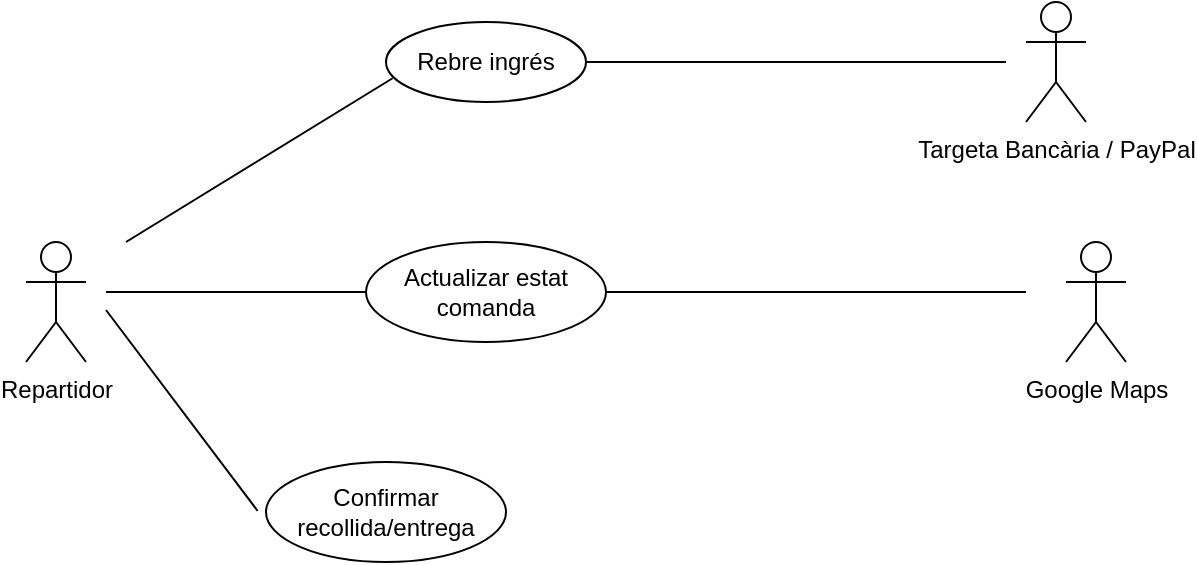
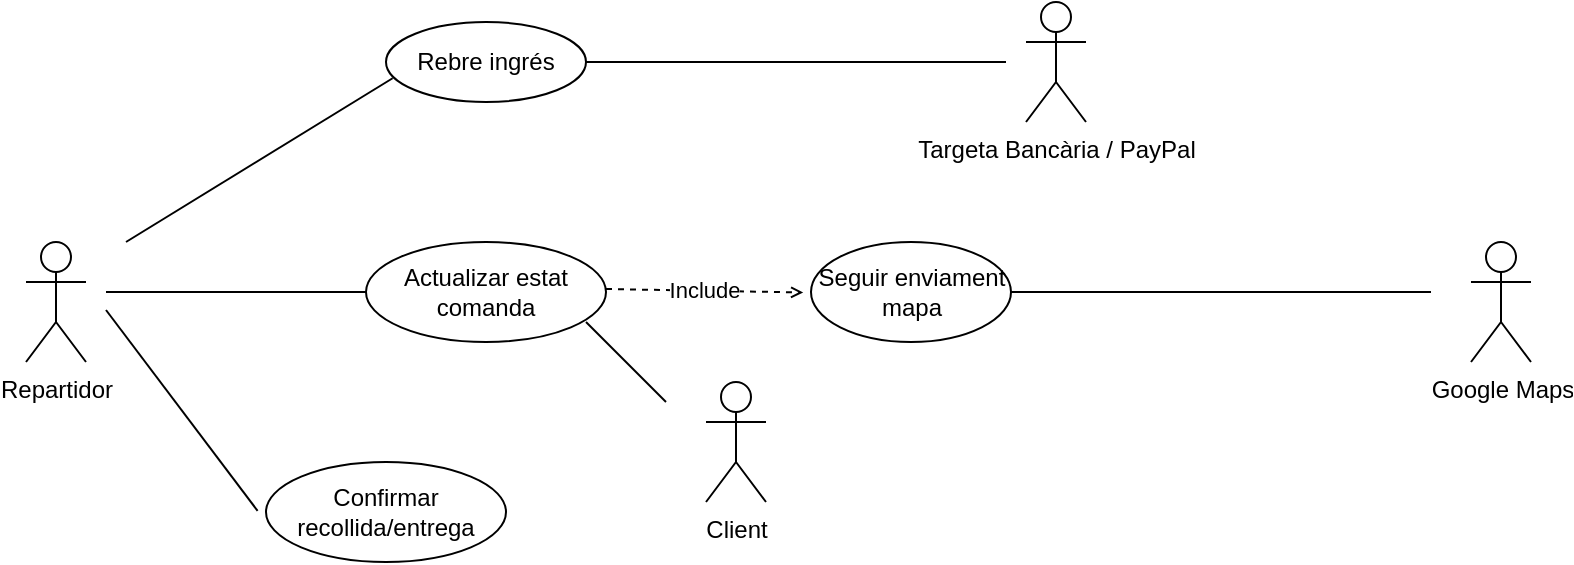
<mxfile host="Electron">
  <diagram name="Página-1" id="SKAVqDA2A0YFrpq3-BBz">
-     <mxGraphModel dx="1051" dy="686" grid="1" gridSize="10" guides="1" tooltips="1" connect="1" arrows="1" fold="1" page="1" pageScale="1" pageWidth="827" pageHeight="1169" math="0" shadow="0">
+     <mxGraphModel dx="1824" dy="1185" grid="1" gridSize="10" guides="1" tooltips="1" connect="1" arrows="1" fold="1" page="1" pageScale="1" pageWidth="827" pageHeight="1169" math="0" shadow="0">
      <root>
        <mxCell id="0" />
        <mxCell id="1" parent="0" />
        <mxCell id="l__ghT0vl625HQw07Bo--1" parent="1" style="shape=umlActor;verticalLabelPosition=bottom;verticalAlign=top;html=1;" value="Repartidor" vertex="1">
          <mxGeometry height="60" width="30" x="60" y="470" as="geometry" />
        </mxCell>
        <mxCell id="l__ghT0vl625HQw07Bo--4" parent="1" style="ellipse;whiteSpace=wrap;html=1;" value="Confirmar recollida/entrega" vertex="1">
          <mxGeometry height="50" width="120" x="180" y="580" as="geometry" />
        </mxCell>
        <mxCell id="l__ghT0vl625HQw07Bo--5" edge="1" parent="1" style="endArrow=none;html=1;rounded=0;entryX=-0.035;entryY=0.489;entryDx=0;entryDy=0;entryPerimeter=0;" target="l__ghT0vl625HQw07Bo--4" value="">
          <mxGeometry height="50" relative="1" width="50" as="geometry">
            <mxPoint x="100" y="504" as="sourcePoint" />
            <mxPoint x="170" y="460" as="targetPoint" />
          </mxGeometry>
        </mxCell>
        <mxCell id="wm30TisPGvrlL5gRgQor-1" edge="1" parent="1" style="endArrow=none;html=1;rounded=0;entryX=0.033;entryY=0.703;entryDx=0;entryDy=0;entryPerimeter=0;" target="wm30TisPGvrlL5gRgQor-2" value="">
          <mxGeometry height="50" relative="1" width="50" as="geometry">
            <mxPoint x="110" y="470" as="sourcePoint" />
            <mxPoint x="160" y="420" as="targetPoint" />
          </mxGeometry>
        </mxCell>
        <mxCell id="wm30TisPGvrlL5gRgQor-2" parent="1" style="ellipse;whiteSpace=wrap;html=1;" value="Rebre ingrés" vertex="1">
          <mxGeometry height="40" width="100" x="240" y="360" as="geometry" />
        </mxCell>
        <mxCell id="wm30TisPGvrlL5gRgQor-3" parent="1" style="shape=umlActor;verticalLabelPosition=bottom;verticalAlign=top;html=1;" value="Targeta Bancària / PayPal" vertex="1">
          <mxGeometry height="60" width="30" x="560" y="350" as="geometry" />
        </mxCell>
        <mxCell id="wm30TisPGvrlL5gRgQor-4" edge="1" parent="1" source="wm30TisPGvrlL5gRgQor-2" style="endArrow=none;html=1;rounded=0;exitX=1;exitY=0.5;exitDx=0;exitDy=0;" value="">
          <mxGeometry height="50" relative="1" width="50" as="geometry">
            <mxPoint x="364" y="390" as="sourcePoint" />
            <mxPoint x="550" y="380" as="targetPoint" />
          </mxGeometry>
        </mxCell>
        <mxCell id="2qevKwTNVTZ_1sLYiy0N-21" parent="1" style="ellipse;whiteSpace=wrap;html=1;" value="Actualizar estat comanda" vertex="1">
          <mxGeometry height="50" width="120" x="230" y="470" as="geometry" />
        </mxCell>
        <mxCell id="2qevKwTNVTZ_1sLYiy0N-22" edge="1" parent="1" style="endArrow=none;html=1;rounded=0;entryX=0;entryY=0.5;entryDx=0;entryDy=0;" target="2qevKwTNVTZ_1sLYiy0N-21" value="">
          <mxGeometry height="50" relative="1" width="50" as="geometry">
            <mxPoint x="100" y="495" as="sourcePoint" />
            <mxPoint x="274" y="460" as="targetPoint" />
          </mxGeometry>
        </mxCell>
-         <mxCell id="2qevKwTNVTZ_1sLYiy0N-25" parent="1" style="shape=umlActor;verticalLabelPosition=bottom;verticalAlign=top;html=1;direction=east;" value="Google Maps" vertex="1">
-           <mxGeometry height="60" width="30" x="580" y="470" as="geometry" />
+         <mxCell id="TZbzSH4klNFtPuQU1ikm-3" parent="1" style="shape=umlActor;verticalLabelPosition=bottom;verticalAlign=top;html=1;direction=east;" value="Google Maps" vertex="1">
+           <mxGeometry height="60" width="30" x="782.5" y="470" as="geometry" />
        </mxCell>
-         <mxCell id="2qevKwTNVTZ_1sLYiy0N-26" edge="1" parent="1" style="endArrow=none;html=1;rounded=0;" value="">
+         <mxCell id="TZbzSH4klNFtPuQU1ikm-4" parent="1" style="ellipse;whiteSpace=wrap;html=1;direction=east;" value="Seguir enviament mapa" vertex="1">
+           <mxGeometry height="50" width="100" x="452.5" y="470" as="geometry" />
+         </mxCell>
+         <mxCell id="TZbzSH4klNFtPuQU1ikm-5" edge="1" parent="1" style="endArrow=none;html=1;rounded=0;" value="">
          <mxGeometry height="50" relative="1" width="50" as="geometry">
-             <mxPoint x="350" y="495" as="sourcePoint" />
-             <mxPoint x="560" y="495" as="targetPoint" />
+             <mxPoint x="552.5" y="495" as="sourcePoint" />
+             <mxPoint x="762.5" y="495" as="targetPoint" />
+           </mxGeometry>
+         </mxCell>
+         <mxCell id="TZbzSH4klNFtPuQU1ikm-6" edge="1" parent="1" style="endArrow=open;endSize=4;endFill=0;html=1;rounded=0;exitX=0.116;exitY=0.177;exitDx=0;exitDy=0;entryX=-0.039;entryY=0.505;entryDx=0;entryDy=0;entryPerimeter=0;exitPerimeter=0;strokeColor=default;align=center;verticalAlign=middle;fontFamily=Helvetica;fontSize=11;fontColor=default;labelBackgroundColor=default;dashed=1;" target="TZbzSH4klNFtPuQU1ikm-4" value="Include">
+           <mxGeometry relative="1" width="160" as="geometry">
+             <mxPoint x="350" y="493.5" as="sourcePoint" />
+             <mxPoint x="420" y="496.5" as="targetPoint" />
+           </mxGeometry>
+         </mxCell>
+         <mxCell id="TZbzSH4klNFtPuQU1ikm-7" parent="1" style="shape=umlActor;verticalLabelPosition=bottom;verticalAlign=top;html=1;outlineConnect=0;" value="Client" vertex="1">
+           <mxGeometry height="60" width="30" x="400" y="540" as="geometry" />
+         </mxCell>
+         <mxCell id="TZbzSH4klNFtPuQU1ikm-8" edge="1" parent="1" style="endArrow=none;html=1;rounded=0;" value="">
+           <mxGeometry height="50" relative="1" width="50" as="geometry">
+             <mxPoint x="380" y="550" as="sourcePoint" />
+             <mxPoint x="340" y="510" as="targetPoint" />
          </mxGeometry>
        </mxCell>
      </root>
    </mxGraphModel>
  </diagram>
</mxfile>
